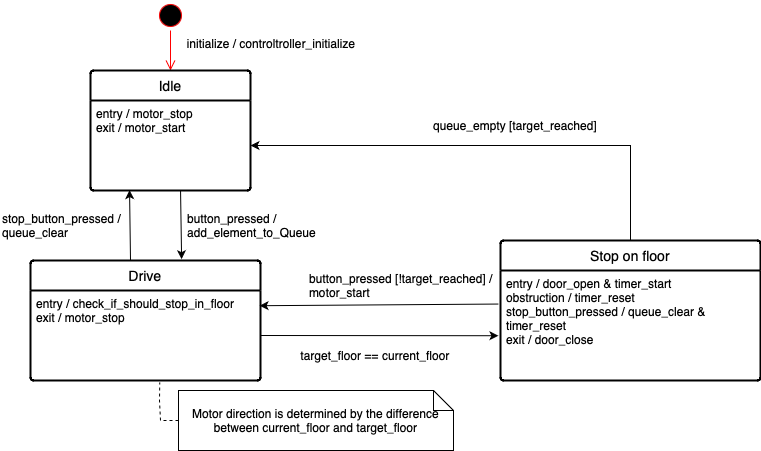
This is Figures/elevatorStateDiagram.drawio.png from mokamv/Elevatorlab_report, a draw.io export, as it was before one commit. Source tidied: cells renumbered, new cells last; positions are measured from the earlier drawing's top-left corner, leaving out a move shared by most shapes.
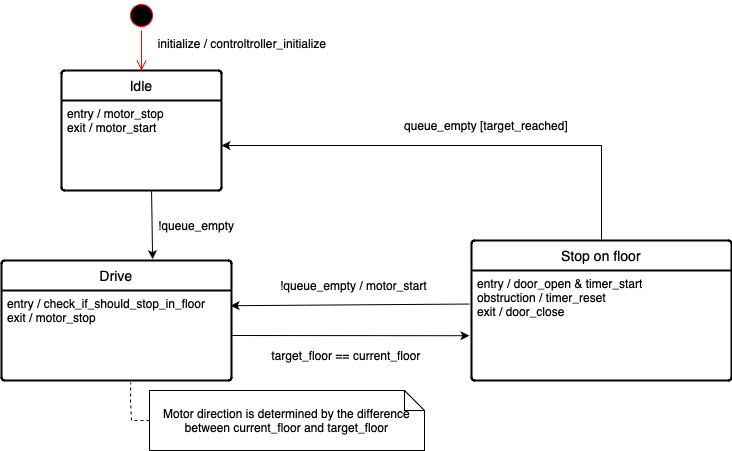
After the commit.

Change to the diagram source:
```diff
@@ -23,7 +23,7 @@
     <mxCell id="8" value="Stop on floor" style="swimlane;horizontal=1;startSize=30;rounded=1;fontSize=14;fontStyle=0;strokeWidth=2;shadow=0;dashed=0;align=center;arcSize=4;whiteSpace=wrap;html=1;" parent="1" vertex="1">
       <mxGeometry x="500" y="240" width="260" height="140" as="geometry" />
     </mxCell>
-    <mxCell id="9" value="entry / door_open &amp;amp; timer_start&lt;div&gt;&lt;div&gt;obstruction / timer_reset&lt;/div&gt;&lt;div&gt;stop_button_pressed / queue_clear &amp;amp; timer_reset&lt;/div&gt;&lt;div&gt;exit / door_close&lt;/div&gt;&lt;/div&gt;" style="text;strokeColor=none;fillColor=none;spacingLeft=4;spacingRight=4;overflow=hidden;points=[[0,0.5],[1,0.5]];portConstraint=eastwest;fontSize=12;whiteSpace=wrap;html=1;" parent="8" vertex="1">
+    <mxCell id="9" value="entry / door_open &amp;amp; timer_start&lt;div&gt;&lt;div&gt;obstruction / timer_reset&lt;/div&gt;&lt;div&gt;exit / door_close&lt;/div&gt;&lt;/div&gt;" style="text;strokeColor=none;fillColor=none;spacingLeft=4;spacingRight=4;overflow=hidden;points=[[0,0.5],[1,0.5]];portConstraint=eastwest;fontSize=12;whiteSpace=wrap;html=1;" parent="8" vertex="1">
       <mxGeometry y="30" width="260" height="110" as="geometry" />
     </mxCell>
     <mxCell id="10" value="&lt;div style=&quot;text-align: start;&quot;&gt;initialize / controltroller_initialize&lt;/div&gt;&lt;div style=&quot;text-align: start;&quot;&gt;&lt;br&gt;&lt;/div&gt;" style="text;html=1;align=center;verticalAlign=middle;whiteSpace=wrap;rounded=0;" parent="1" vertex="1">
@@ -53,20 +53,12 @@
     <mxCell id="16" value="queue_empty [target_reached]" style="text;html=1;align=center;verticalAlign=middle;whiteSpace=wrap;rounded=0;" parent="1" vertex="1">
       <mxGeometry x="430" y="110" width="170" height="30" as="geometry" />
     </mxCell>
-    <mxCell id="17" value="&lt;div style=&quot;&quot;&gt;button_pressed / add_element_to_Queue&lt;/div&gt;" style="text;html=1;align=left;verticalAlign=middle;whiteSpace=wrap;rounded=0;" parent="1" vertex="1">
+    <mxCell id="17" value="&lt;div style=&quot;&quot;&gt;!queue_empty&lt;/div&gt;" style="text;html=1;align=left;verticalAlign=middle;whiteSpace=wrap;rounded=0;" parent="1" vertex="1">
       <mxGeometry x="185" y="190" width="193" height="70" as="geometry" />
     </mxCell>
-    <mxCell id="18" value="&lt;div style=&quot;&quot;&gt;button_pressed [!target_reached] / motor_start&amp;nbsp;&lt;/div&gt;" style="text;html=1;align=left;verticalAlign=middle;whiteSpace=wrap;rounded=0;" parent="1" vertex="1">
+    <mxCell id="18" value="&lt;div style=&quot;&quot;&gt;!queue_empty / motor_start&amp;nbsp;&lt;/div&gt;" style="text;html=1;align=left;verticalAlign=middle;whiteSpace=wrap;rounded=0;" parent="1" vertex="1">
       <mxGeometry x="307" y="250" width="193" height="70" as="geometry" />
     </mxCell>
-    <mxCell id="19" style="endArrow=classic;html=1;rounded=0;entryX=0.244;entryY=0.996;entryDx=0;entryDy=0;entryPerimeter=0;" parent="1" edge="1" target="5">
-      <mxGeometry relative="1" as="geometry">
-        <mxPoint x="130" y="260" as="sourcePoint" />
-      </mxGeometry>
-    </mxCell>
-    <mxCell id="20" value="&lt;div style=&quot;&quot;&gt;stop_button_pressed / queue_clear&lt;/div&gt;" style="text;html=1;align=left;verticalAlign=middle;whiteSpace=wrap;rounded=0;" parent="1" vertex="1">
-      <mxGeometry y="190" width="140" height="70" as="geometry" />
-    </mxCell>
     <mxCell id="21" value="&lt;div&gt;Motor direction is determined by the difference between current_floor and target_floor&lt;/div&gt;" style="shape=note;size=20;whiteSpace=wrap;html=1;" parent="1" vertex="1">
       <mxGeometry x="178" y="390" width="275" height="60" as="geometry" />
     </mxCell>
```
